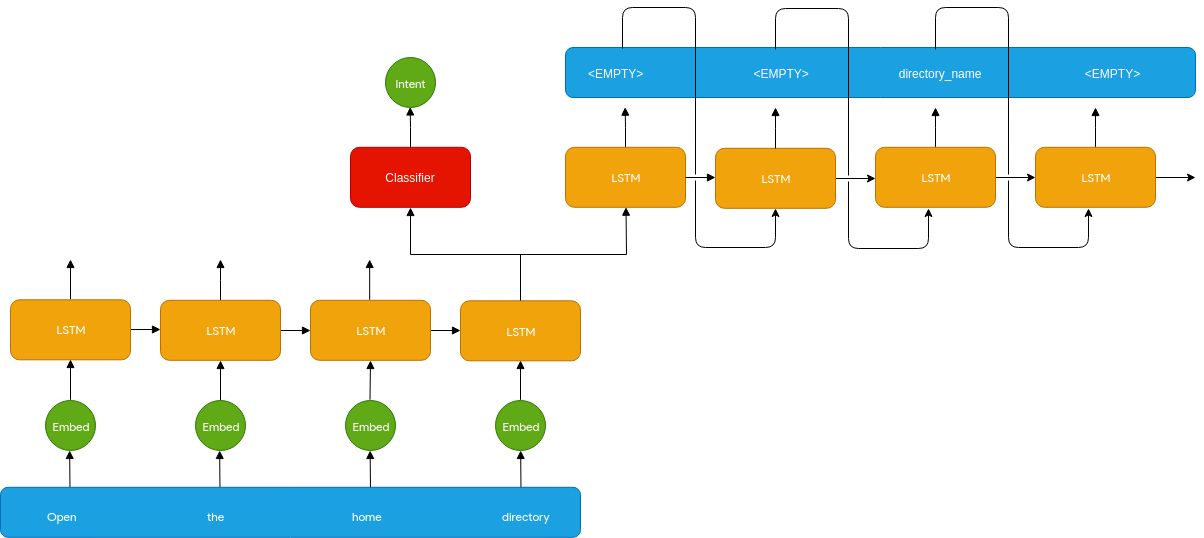
Earlier version of the draw.io export images/NLU/seq2seq.png (Wissben/Master-Thesis). Source tidied: cells renumbered, new cells last; positions are measured from the earlier drawing's top-left corner, leaving out a move shared by most shapes.
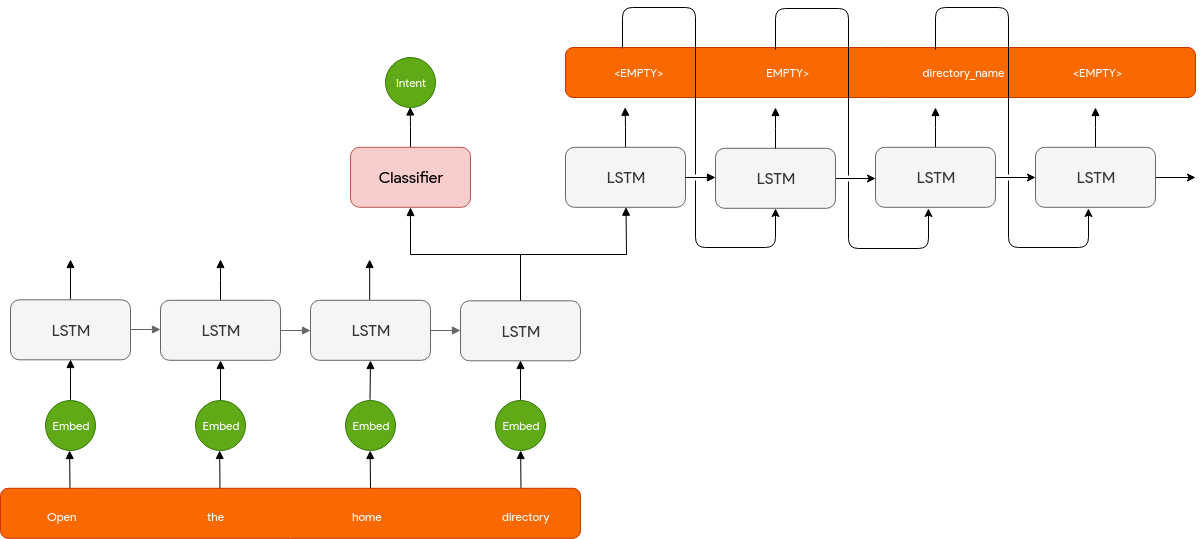
After the change.

Diff of the diagram source:
```diff
@@ -4,3 +4,3 @@
     <mxCell id="1" parent="0" />
-    <mxCell id="2" style="edgeStyle=orthogonalEdgeStyle;rounded=0;jettySize=auto;html=1;exitX=0.5;exitY=0;exitDx=0;exitDy=0;startArrow=none;startFill=0;endArrow=block;endFill=1;" parent="1" edge="1" source="4">
+    <mxCell id="2" style="edgeStyle=orthogonalEdgeStyle;rounded=0;jettySize=auto;html=1;exitX=0.5;exitY=0;exitDx=0;exitDy=0;startArrow=none;startFill=0;endArrow=block;endFill=1;fontFamily=Lucida Console;fontSize=16;" parent="1" edge="1" source="4">
       <mxGeometry relative="1" as="geometry">
@@ -9,3 +9,3 @@
     </mxCell>
-    <mxCell id="3" style="edgeStyle=orthogonalEdgeStyle;rounded=0;jettySize=auto;html=1;exitX=1;exitY=0.5;exitDx=0;exitDy=0;entryX=0;entryY=0.5;entryDx=0;entryDy=0;startArrow=none;startFill=0;endArrow=block;endFill=1;" parent="1" edge="1" source="4">
+    <mxCell id="3" style="edgeStyle=orthogonalEdgeStyle;rounded=0;jettySize=auto;html=1;exitX=1;exitY=0.5;exitDx=0;exitDy=0;entryX=0;entryY=0.5;entryDx=0;entryDy=0;startArrow=none;startFill=0;endArrow=block;endFill=1;fillColor=#f5f5f5;strokeColor=#666666;fontFamily=Lucida Console;fontSize=16;" parent="1" edge="1" source="4">
       <mxGeometry relative="1" as="geometry">
@@ -14,6 +14,6 @@
     </mxCell>
-    <mxCell id="4" value="&lt;font face=&quot;Lucida Console&quot;&gt;LSTM&lt;/font&gt;" style="whiteSpace=wrap;html=1;rounded=1;strokeColor=#BD7000;fillColor=#f0a30a;fontColor=#ffffff;" parent="1" vertex="1">
+    <mxCell id="4" value="&lt;font style=&quot;font-size: 16px;&quot;&gt;LSTM&lt;/font&gt;" style="whiteSpace=wrap;html=1;rounded=1;strokeColor=#666666;fillColor=#f5f5f5;fontColor=#333333;fontFamily=Lucida Console;fontSize=16;" parent="1" vertex="1">
       <mxGeometry x="10" y="292.3" width="120" height="60" as="geometry" />
     </mxCell>
-    <mxCell id="5" style="endArrow=block;html=1;entryX=0.5;entryY=1;entryDx=0;entryDy=0;endFill=1;" parent="1" edge="1" target="4">
+    <mxCell id="5" style="endArrow=block;html=1;entryX=0.5;entryY=1;entryDx=0;entryDy=0;endFill=1;fontFamily=Lucida Console;" parent="1" edge="1" target="4">
       <mxGeometry relative="1" as="geometry">
@@ -22,3 +22,3 @@
     </mxCell>
-    <mxCell id="6" style="edgeStyle=orthogonalEdgeStyle;rounded=0;jettySize=auto;html=1;exitX=0.5;exitY=0;exitDx=0;exitDy=0;startArrow=none;startFill=0;endArrow=block;endFill=1;" parent="1" edge="1" source="8">
+    <mxCell id="6" style="edgeStyle=orthogonalEdgeStyle;rounded=0;jettySize=auto;html=1;exitX=0.5;exitY=0;exitDx=0;exitDy=0;startArrow=none;startFill=0;endArrow=block;endFill=1;fontFamily=Lucida Console;fontSize=16;" parent="1" edge="1" source="8">
       <mxGeometry relative="1" as="geometry">
@@ -30,9 +30,9 @@
     </mxCell>
-    <mxCell id="7" style="edgeStyle=orthogonalEdgeStyle;rounded=0;jettySize=auto;html=1;exitX=1;exitY=0.5;exitDx=0;exitDy=0;entryX=0;entryY=0.5;entryDx=0;entryDy=0;startArrow=none;startFill=0;endArrow=block;endFill=1;" parent="1" edge="1" source="8" target="11">
+    <mxCell id="7" style="edgeStyle=orthogonalEdgeStyle;rounded=0;jettySize=auto;html=1;exitX=1;exitY=0.5;exitDx=0;exitDy=0;entryX=0;entryY=0.5;entryDx=0;entryDy=0;startArrow=none;startFill=0;endArrow=block;endFill=1;fillColor=#f5f5f5;strokeColor=#666666;fontFamily=Lucida Console;fontSize=16;" parent="1" edge="1" source="8" target="11">
       <mxGeometry relative="1" as="geometry" />
     </mxCell>
-    <mxCell id="8" value="&lt;span&gt;LSTM&lt;/span&gt;" style="whiteSpace=wrap;html=1;rounded=1;strokeColor=#BD7000;fontFamily=Lucida Console;fillColor=#f0a30a;fontColor=#ffffff;" parent="1" vertex="1">
+    <mxCell id="8" value="&lt;span style=&quot;font-size: 16px;&quot;&gt;LSTM&lt;/span&gt;" style="whiteSpace=wrap;html=1;rounded=1;strokeColor=#666666;fontFamily=Lucida Console;fillColor=#f5f5f5;fontColor=#333333;fontSize=16;" parent="1" vertex="1">
       <mxGeometry x="160" y="292.8" width="120" height="60" as="geometry" />
     </mxCell>
-    <mxCell id="9" style="endArrow=block;html=1;entryX=0.5;entryY=1;entryDx=0;entryDy=0;endFill=1;" parent="1" edge="1" target="8">
+    <mxCell id="9" style="endArrow=block;html=1;entryX=0.5;entryY=1;entryDx=0;entryDy=0;endFill=1;fontFamily=Lucida Console;" parent="1" edge="1" target="8">
       <mxGeometry relative="1" as="geometry">
@@ -41,9 +41,9 @@
     </mxCell>
-    <mxCell id="10" style="edgeStyle=orthogonalEdgeStyle;rounded=0;jettySize=auto;html=1;exitX=1;exitY=0.5;exitDx=0;exitDy=0;entryX=0;entryY=0.5;entryDx=0;entryDy=0;startArrow=none;startFill=0;endArrow=block;endFill=1;" parent="1" edge="1" source="11" target="14">
+    <mxCell id="10" style="edgeStyle=orthogonalEdgeStyle;rounded=0;jettySize=auto;html=1;exitX=1;exitY=0.5;exitDx=0;exitDy=0;entryX=0;entryY=0.5;entryDx=0;entryDy=0;startArrow=none;startFill=0;endArrow=block;endFill=1;fillColor=#f5f5f5;strokeColor=#666666;fontFamily=Lucida Console;fontSize=16;" parent="1" edge="1" source="11" target="14">
       <mxGeometry relative="1" as="geometry" />
     </mxCell>
-    <mxCell id="11" value="&lt;span&gt;LSTM&lt;/span&gt;" style="whiteSpace=wrap;html=1;rounded=1;strokeColor=#BD7000;fontFamily=Lucida Console;fillColor=#f0a30a;fontColor=#ffffff;" parent="1" vertex="1">
+    <mxCell id="11" value="&lt;span style=&quot;font-size: 16px;&quot;&gt;LSTM&lt;/span&gt;" style="whiteSpace=wrap;html=1;rounded=1;strokeColor=#666666;fontFamily=Lucida Console;fillColor=#f5f5f5;fontColor=#333333;fontSize=16;" parent="1" vertex="1">
       <mxGeometry x="310" y="292.8" width="120" height="60" as="geometry" />
     </mxCell>
-    <mxCell id="12" style="endArrow=block;html=1;entryX=0.5;entryY=1;entryDx=0;entryDy=0;endFill=1;" parent="1" edge="1" target="11">
+    <mxCell id="12" style="endArrow=block;html=1;entryX=0.5;entryY=1;entryDx=0;entryDy=0;endFill=1;fontFamily=Lucida Console;" parent="1" edge="1" target="11">
       <mxGeometry relative="1" as="geometry">
@@ -52,9 +52,9 @@
     </mxCell>
-    <mxCell id="13" style="edgeStyle=orthogonalEdgeStyle;rounded=0;jettySize=auto;html=1;exitX=0.5;exitY=0;exitDx=0;exitDy=0;startArrow=none;startFill=0;endArrow=block;endFill=1;entryX=0.5;entryY=1;entryDx=0;entryDy=0;" parent="1" edge="1" source="14" target="17">
+    <mxCell id="13" style="edgeStyle=orthogonalEdgeStyle;rounded=0;jettySize=auto;html=1;exitX=0.5;exitY=0;exitDx=0;exitDy=0;startArrow=none;startFill=0;endArrow=block;endFill=1;entryX=0.5;entryY=1;entryDx=0;entryDy=0;fontFamily=Lucida Console;fontSize=16;" parent="1" edge="1" source="14" target="17">
       <mxGeometry relative="1" as="geometry" />
     </mxCell>
-    <mxCell id="14" value="&lt;span&gt;LSTM&lt;/span&gt;" style="whiteSpace=wrap;html=1;rounded=1;strokeColor=#BD7000;fontFamily=Lucida Console;fillColor=#f0a30a;fontColor=#ffffff;" parent="1" vertex="1">
+    <mxCell id="14" value="&lt;span style=&quot;font-size: 16px;&quot;&gt;LSTM&lt;/span&gt;" style="whiteSpace=wrap;html=1;rounded=1;strokeColor=#666666;fontFamily=Lucida Console;fillColor=#f5f5f5;fontColor=#333333;fontSize=16;" parent="1" vertex="1">
       <mxGeometry x="460" y="293.3" width="120" height="60" as="geometry" />
     </mxCell>
-    <mxCell id="15" style="endArrow=block;html=1;entryX=0.5;entryY=1;entryDx=0;entryDy=0;endFill=1;" parent="1" edge="1" target="14">
+    <mxCell id="15" style="endArrow=block;html=1;entryX=0.5;entryY=1;entryDx=0;entryDy=0;endFill=1;fontFamily=Lucida Console;" parent="1" edge="1" target="14">
       <mxGeometry relative="1" as="geometry">
@@ -63,3 +63,3 @@
     </mxCell>
-    <mxCell id="16" style="edgeStyle=orthogonalEdgeStyle;rounded=0;jettySize=auto;html=1;exitX=0.5;exitY=0;exitDx=0;exitDy=0;startArrow=none;startFill=0;endArrow=block;endFill=1;" parent="1" edge="1" source="17">
+    <mxCell id="16" style="edgeStyle=orthogonalEdgeStyle;rounded=0;jettySize=auto;html=1;exitX=0.5;exitY=0;exitDx=0;exitDy=0;startArrow=none;startFill=0;endArrow=block;endFill=1;fontFamily=Lucida Console;" parent="1" edge="1" source="17">
       <mxGeometry relative="1" as="geometry">
@@ -68,3 +68,3 @@
     </mxCell>
-    <mxCell id="17" value="Classifier" style="whiteSpace=wrap;html=1;rounded=1;strokeColor=#B20000;fillColor=#e51400;fontColor=#ffffff;" parent="1" vertex="1">
+    <mxCell id="17" value="Classifier" style="whiteSpace=wrap;html=1;rounded=1;strokeColor=#b85450;fillColor=#f8cecc;fontFamily=Lucida Console;fontSize=16;" parent="1" vertex="1">
       <mxGeometry x="350" y="139.8" width="120" height="60" as="geometry" />
@@ -83,3 +83,3 @@
     </mxCell>
-    <mxCell id="22" style="endArrow=block;html=1;entryX=0.5;entryY=1;entryDx=0;entryDy=0;endFill=1;" parent="1" edge="1">
+    <mxCell id="22" style="endArrow=block;html=1;entryX=0.5;entryY=1;entryDx=0;entryDy=0;endFill=1;fontFamily=Lucida Console;" parent="1" edge="1">
       <mxGeometry relative="1" as="geometry">
@@ -89,3 +89,3 @@
     </mxCell>
-    <mxCell id="23" style="endArrow=block;html=1;entryX=0.5;entryY=1;entryDx=0;entryDy=0;endFill=1;" parent="1" edge="1">
+    <mxCell id="23" style="endArrow=block;html=1;entryX=0.5;entryY=1;entryDx=0;entryDy=0;endFill=1;fontFamily=Lucida Console;" parent="1" edge="1">
       <mxGeometry relative="1" as="geometry">
@@ -95,3 +95,3 @@
     </mxCell>
-    <mxCell id="24" style="endArrow=block;html=1;entryX=0.5;entryY=1;entryDx=0;entryDy=0;endFill=1;" parent="1" edge="1">
+    <mxCell id="24" style="endArrow=block;html=1;entryX=0.5;entryY=1;entryDx=0;entryDy=0;endFill=1;fontFamily=Lucida Console;" parent="1" edge="1">
       <mxGeometry relative="1" as="geometry">
@@ -101,3 +101,3 @@
     </mxCell>
-    <mxCell id="25" style="endArrow=block;html=1;entryX=0.5;entryY=1;entryDx=0;entryDy=0;endFill=1;" parent="1" edge="1">
+    <mxCell id="25" style="endArrow=block;html=1;entryX=0.5;entryY=1;entryDx=0;entryDy=0;endFill=1;fontFamily=Lucida Console;" parent="1" edge="1">
       <mxGeometry relative="1" as="geometry">
@@ -107,4 +107,4 @@
     </mxCell>
-    <mxCell id="26" style="whiteSpace=wrap;html=1;rounded=1;strokeColor=#006EAF;fillColor=#1ba1e2;fontColor=#ffffff;" parent="1" vertex="1">
-      <mxGeometry y="479.8" width="580" height="50" as="geometry" />
+    <mxCell id="26" style="whiteSpace=wrap;html=1;rounded=1;strokeColor=#C73500;fillColor=#fa6800;fontColor=#ffffff;fontFamily=Lucida Console;" parent="1" vertex="1">
+      <mxGeometry y="480.8" width="580" height="50" as="geometry" />
     </mxCell>
@@ -122,3 +122,3 @@
     </mxCell>
-    <mxCell id="31" style="edgeStyle=orthogonalEdgeStyle;rounded=0;orthogonalLoop=1;jettySize=auto;html=1;exitX=0.5;exitY=0;exitDx=0;exitDy=0;startArrow=none;startFill=0;endArrow=block;endFill=1;" parent="1" edge="1">
+    <mxCell id="31" style="edgeStyle=orthogonalEdgeStyle;rounded=0;orthogonalLoop=1;jettySize=auto;html=1;exitX=0.5;exitY=0;exitDx=0;exitDy=0;startArrow=none;startFill=0;endArrow=block;endFill=1;fontFamily=Lucida Console;fontSize=16;" parent="1" edge="1">
       <mxGeometry relative="1" as="geometry">
@@ -131,3 +131,3 @@
     </mxCell>
-    <mxCell id="33" style="edgeStyle=orthogonalEdgeStyle;rounded=0;jettySize=auto;html=1;exitX=0.5;exitY=0;exitDx=0;exitDy=0;startArrow=none;startFill=0;endArrow=block;endFill=1;entryX=0.5;entryY=1;entryDx=0;entryDy=0;" parent="1" edge="1" source="14">
+    <mxCell id="33" style="edgeStyle=orthogonalEdgeStyle;rounded=0;jettySize=auto;html=1;exitX=0.5;exitY=0;exitDx=0;exitDy=0;startArrow=none;startFill=0;endArrow=block;endFill=1;entryX=0.5;entryY=1;entryDx=0;entryDy=0;fontFamily=Lucida Console;fontSize=16;" parent="1" edge="1" source="14">
       <mxGeometry relative="1" as="geometry">
@@ -136,3 +136,3 @@
     </mxCell>
-    <mxCell id="34" style="edgeStyle=orthogonalEdgeStyle;rounded=0;jettySize=auto;html=1;exitX=0.5;exitY=0;exitDx=0;exitDy=0;startArrow=none;startFill=0;endArrow=block;endFill=1;" parent="1" edge="1" source="35">
+    <mxCell id="34" style="edgeStyle=orthogonalEdgeStyle;rounded=0;jettySize=auto;html=1;exitX=0.5;exitY=0;exitDx=0;exitDy=0;startArrow=none;startFill=0;endArrow=block;endFill=1;fontFamily=Lucida Console;" parent="1" edge="1" source="35">
       <mxGeometry relative="1" as="geometry">
@@ -141,6 +141,6 @@
     </mxCell>
-    <mxCell id="35" value="&lt;font face=&quot;Lucida Console&quot;&gt;LSTM&lt;/font&gt;" style="whiteSpace=wrap;html=1;rounded=1;strokeColor=#BD7000;fillColor=#f0a30a;fontColor=#ffffff;" parent="1" vertex="1">
+    <mxCell id="35" value="&lt;font style=&quot;font-size: 16px;&quot;&gt;LSTM&lt;/font&gt;" style="whiteSpace=wrap;html=1;rounded=1;strokeColor=#666666;fillColor=#f5f5f5;fontColor=#333333;fontFamily=Lucida Console;fontSize=16;" parent="1" vertex="1">
       <mxGeometry x="565" y="139.8" width="120" height="60" as="geometry" />
     </mxCell>
-    <mxCell id="36" style="edgeStyle=orthogonalEdgeStyle;rounded=0;jettySize=auto;html=1;exitX=1;exitY=0.5;exitDx=0;exitDy=0;entryX=0;entryY=0.5;entryDx=0;entryDy=0;startArrow=none;startFill=0;endArrow=block;endFill=1;" parent="1" edge="1" source="35">
+    <mxCell id="36" style="edgeStyle=orthogonalEdgeStyle;rounded=0;jettySize=auto;html=1;exitX=1;exitY=0.5;exitDx=0;exitDy=0;entryX=0;entryY=0.5;entryDx=0;entryDy=0;startArrow=none;startFill=0;endArrow=block;endFill=1;fontFamily=Lucida Console;fontSize=16;" parent="1" edge="1" source="35">
       <mxGeometry relative="1" as="geometry">
@@ -149,3 +149,3 @@
     </mxCell>
-    <mxCell id="37" style="edgeStyle=orthogonalEdgeStyle;rounded=0;jettySize=auto;html=1;exitX=1;exitY=0.5;exitDx=0;exitDy=0;entryX=0;entryY=0.5;entryDx=0;entryDy=0;" parent="1" edge="1" source="38">
+    <mxCell id="37" style="edgeStyle=orthogonalEdgeStyle;rounded=0;jettySize=auto;html=1;exitX=1;exitY=0.5;exitDx=0;exitDy=0;entryX=0;entryY=0.5;entryDx=0;entryDy=0;fontFamily=Lucida Console;fontSize=16;" parent="1" edge="1" source="38">
       <mxGeometry relative="1" as="geometry">
@@ -154,6 +154,6 @@
     </mxCell>
-    <mxCell id="38" value="&lt;span&gt;LSTM&lt;/span&gt;" style="whiteSpace=wrap;html=1;rounded=1;strokeColor=#BD7000;fontFamily=Lucida Console;fillColor=#f0a30a;fontColor=#ffffff;" parent="1" vertex="1">
+    <mxCell id="38" value="&lt;span style=&quot;font-size: 16px;&quot;&gt;LSTM&lt;/span&gt;" style="whiteSpace=wrap;html=1;rounded=1;strokeColor=#666666;fontFamily=Lucida Console;fillColor=#f5f5f5;fontColor=#333333;fontSize=16;" parent="1" vertex="1">
       <mxGeometry x="715" y="140.8" width="120" height="60" as="geometry" />
     </mxCell>
-    <mxCell id="39" style="edgeStyle=orthogonalEdgeStyle;rounded=0;jettySize=auto;html=1;exitX=0.5;exitY=0;exitDx=0;exitDy=0;startArrow=none;startFill=0;endArrow=block;endFill=1;" parent="1" edge="1" source="38">
+    <mxCell id="39" style="edgeStyle=orthogonalEdgeStyle;rounded=0;jettySize=auto;html=1;exitX=0.5;exitY=0;exitDx=0;exitDy=0;startArrow=none;startFill=0;endArrow=block;endFill=1;fontFamily=Lucida Console;" parent="1" edge="1" source="38">
       <mxGeometry relative="1" as="geometry">
@@ -165,6 +165,6 @@
     </mxCell>
-    <mxCell id="40" value="&amp;lt;EMPTY&amp;gt;&amp;nbsp; &amp;nbsp; &amp;nbsp; &amp;nbsp; &amp;nbsp; &amp;nbsp; &amp;nbsp; &amp;nbsp; &amp;nbsp; &amp;nbsp; &amp;nbsp; &amp;nbsp; &amp;nbsp; &amp;nbsp; &amp;nbsp; &amp;nbsp; &amp;nbsp;&amp;lt;EMPTY&amp;gt;&amp;nbsp; &amp;nbsp; &amp;nbsp; &amp;nbsp; &amp;nbsp; &amp;nbsp; &amp;nbsp; &amp;nbsp; &amp;nbsp; &amp;nbsp; &amp;nbsp; &amp;nbsp; &amp;nbsp; &amp;nbsp;directory_name&amp;nbsp; &amp;nbsp; &amp;nbsp; &amp;nbsp; &amp;nbsp; &amp;nbsp; &amp;nbsp; &amp;nbsp; &amp;nbsp; &amp;nbsp; &amp;nbsp; &amp;nbsp; &amp;nbsp; &amp;nbsp; &amp;nbsp; &amp;nbsp;&amp;lt;EMPTY&amp;gt;&amp;nbsp; &amp;nbsp; &amp;nbsp; &amp;nbsp; &amp;nbsp;&amp;nbsp;" style="whiteSpace=wrap;html=1;rounded=1;strokeColor=#006EAF;fillColor=#1ba1e2;fontColor=#ffffff;" parent="1" vertex="1">
+    <mxCell id="40" value="&amp;lt;EMPTY&amp;gt;&amp;nbsp; &amp;nbsp; &amp;nbsp; &amp;nbsp; &amp;nbsp; &amp;nbsp; &amp;nbsp; &amp;nbsp; &amp;nbsp; &amp;nbsp; &amp;nbsp; &amp;nbsp; &amp;nbsp; &amp;nbsp; &amp;nbsp; &amp;nbsp; &amp;nbsp; &amp;nbsp; &amp;nbsp; &amp;nbsp;EMPTY&amp;gt;&amp;nbsp; &amp;nbsp; &amp;nbsp; &amp;nbsp; &amp;nbsp; &amp;nbsp; &amp;nbsp; &amp;nbsp; &amp;nbsp; &amp;nbsp; &amp;nbsp; &amp;nbsp; &amp;nbsp; &amp;nbsp; &amp;nbsp; &amp;nbsp; &amp;nbsp; &amp;nbsp; &amp;nbsp; &amp;nbsp; &amp;nbsp; &amp;nbsp;directory_name&amp;nbsp; &amp;nbsp; &amp;nbsp; &amp;nbsp; &amp;nbsp; &amp;nbsp; &amp;nbsp; &amp;nbsp; &amp;nbsp; &amp;nbsp; &amp;nbsp; &amp;nbsp; &amp;nbsp; &amp;lt;EMPTY&amp;gt;&amp;nbsp; &amp;nbsp; &amp;nbsp; &amp;nbsp; &amp;nbsp;" style="whiteSpace=wrap;html=1;rounded=1;strokeColor=#C73500;fillColor=#fa6800;fontColor=#ffffff;fontFamily=Lucida Console;" parent="1" vertex="1">
       <mxGeometry x="565" y="40" width="630" height="50" as="geometry" />
     </mxCell>
-    <mxCell id="41" style="endArrow=classic;html=1;entryX=0.5;entryY=1;entryDx=0;entryDy=0;exitX=0.091;exitY=0.027;exitDx=0;exitDy=0;exitPerimeter=0;edgeStyle=orthogonalEdgeStyle;jumpStyle=gap;" parent="1" edge="1" source="40" target="38">
+    <mxCell id="41" style="endArrow=classic;html=1;entryX=0.5;entryY=1;entryDx=0;entryDy=0;exitX=0.091;exitY=0.027;exitDx=0;exitDy=0;exitPerimeter=0;edgeStyle=orthogonalEdgeStyle;jumpStyle=gap;fontFamily=Lucida Console;" parent="1" edge="1" source="40" target="38">
       <mxGeometry relative="1" as="geometry">
@@ -178,3 +178,3 @@
     </mxCell>
-    <mxCell id="42" style="edgeStyle=orthogonalEdgeStyle;rounded=0;jettySize=auto;html=1;exitX=0.5;exitY=0;exitDx=0;exitDy=0;startArrow=none;startFill=0;endArrow=block;endFill=1;" parent="1" edge="1" source="44">
+    <mxCell id="42" style="edgeStyle=orthogonalEdgeStyle;rounded=0;jettySize=auto;html=1;exitX=0.5;exitY=0;exitDx=0;exitDy=0;startArrow=none;startFill=0;endArrow=block;endFill=1;fontFamily=Lucida Console;" parent="1" edge="1" source="44">
       <mxGeometry relative="1" as="geometry">
@@ -186,3 +186,3 @@
     </mxCell>
-    <mxCell id="43" style="edgeStyle=orthogonalEdgeStyle;rounded=0;jettySize=auto;html=1;exitX=1;exitY=0.5;exitDx=0;exitDy=0;entryX=0;entryY=0.5;entryDx=0;entryDy=0;" parent="1" edge="1" source="44">
+    <mxCell id="43" style="edgeStyle=orthogonalEdgeStyle;rounded=0;jettySize=auto;html=1;exitX=1;exitY=0.5;exitDx=0;exitDy=0;entryX=0;entryY=0.5;entryDx=0;entryDy=0;fontFamily=Lucida Console;fontSize=16;" parent="1" edge="1" source="44">
       <mxGeometry relative="1" as="geometry">
@@ -191,6 +191,6 @@
     </mxCell>
-    <mxCell id="44" value="&lt;span&gt;LSTM&lt;/span&gt;" style="whiteSpace=wrap;html=1;rounded=1;strokeColor=#BD7000;fontFamily=Lucida Console;fillColor=#f0a30a;fontColor=#ffffff;" parent="1" vertex="1">
+    <mxCell id="44" value="&lt;span style=&quot;font-size: 16px;&quot;&gt;LSTM&lt;/span&gt;" style="whiteSpace=wrap;html=1;rounded=1;strokeColor=#666666;fontFamily=Lucida Console;fillColor=#f5f5f5;fontColor=#333333;fontSize=16;" parent="1" vertex="1">
       <mxGeometry x="875" y="139.8" width="120" height="60" as="geometry" />
     </mxCell>
-    <mxCell id="45" style="edgeStyle=orthogonalEdgeStyle;rounded=0;jettySize=auto;html=1;exitX=0.5;exitY=0;exitDx=0;exitDy=0;startArrow=none;startFill=0;endArrow=block;endFill=1;" parent="1" edge="1" source="47">
+    <mxCell id="45" style="edgeStyle=orthogonalEdgeStyle;rounded=0;jettySize=auto;html=1;exitX=0.5;exitY=0;exitDx=0;exitDy=0;startArrow=none;startFill=0;endArrow=block;endFill=1;fontFamily=Lucida Console;" parent="1" edge="1" source="47">
       <mxGeometry relative="1" as="geometry">
@@ -202,3 +202,3 @@
     </mxCell>
-    <mxCell id="46" style="edgeStyle=orthogonalEdgeStyle;rounded=0;jettySize=auto;html=1;exitX=1;exitY=0.5;exitDx=0;exitDy=0;entryX=0;entryY=0.5;entryDx=0;entryDy=0;" parent="1" edge="1" source="47">
+    <mxCell id="46" style="edgeStyle=orthogonalEdgeStyle;rounded=0;jettySize=auto;html=1;exitX=1;exitY=0.5;exitDx=0;exitDy=0;entryX=0;entryY=0.5;entryDx=0;entryDy=0;fontFamily=Lucida Console;" parent="1" edge="1" source="47">
       <mxGeometry relative="1" as="geometry">
@@ -207,6 +207,6 @@
     </mxCell>
-    <mxCell id="47" value="&lt;span&gt;LSTM&lt;/span&gt;" style="whiteSpace=wrap;html=1;rounded=1;strokeColor=#BD7000;fontFamily=Lucida Console;fillColor=#f0a30a;fontColor=#ffffff;" parent="1" vertex="1">
+    <mxCell id="47" value="&lt;span style=&quot;font-size: 16px;&quot;&gt;LSTM&lt;/span&gt;" style="whiteSpace=wrap;html=1;rounded=1;strokeColor=#666666;fontFamily=Lucida Console;fillColor=#f5f5f5;fontColor=#333333;fontSize=16;" parent="1" vertex="1">
       <mxGeometry x="1035" y="139.8" width="120" height="60" as="geometry" />
     </mxCell>
-    <mxCell id="48" style="endArrow=classic;html=1;entryX=0.5;entryY=1;entryDx=0;entryDy=0;exitX=0.091;exitY=0.027;exitDx=0;exitDy=0;exitPerimeter=0;edgeStyle=orthogonalEdgeStyle;jumpStyle=gap;" parent="1" edge="1">
+    <mxCell id="48" style="endArrow=classic;html=1;entryX=0.5;entryY=1;entryDx=0;entryDy=0;exitX=0.091;exitY=0.027;exitDx=0;exitDy=0;exitPerimeter=0;edgeStyle=orthogonalEdgeStyle;jumpStyle=gap;fontFamily=Lucida Console;" parent="1" edge="1">
       <mxGeometry relative="1" as="geometry">
@@ -222,3 +222,3 @@
     </mxCell>
-    <mxCell id="49" style="endArrow=classic;html=1;entryX=0.5;entryY=1;entryDx=0;entryDy=0;exitX=0.091;exitY=0.027;exitDx=0;exitDy=0;exitPerimeter=0;edgeStyle=orthogonalEdgeStyle;jumpStyle=gap;" parent="1" edge="1">
+    <mxCell id="49" style="endArrow=classic;html=1;entryX=0.5;entryY=1;entryDx=0;entryDy=0;exitX=0.091;exitY=0.027;exitDx=0;exitDy=0;exitPerimeter=0;edgeStyle=orthogonalEdgeStyle;jumpStyle=gap;fontFamily=Lucida Console;" parent="1" edge="1">
       <mxGeometry relative="1" as="geometry">
```
